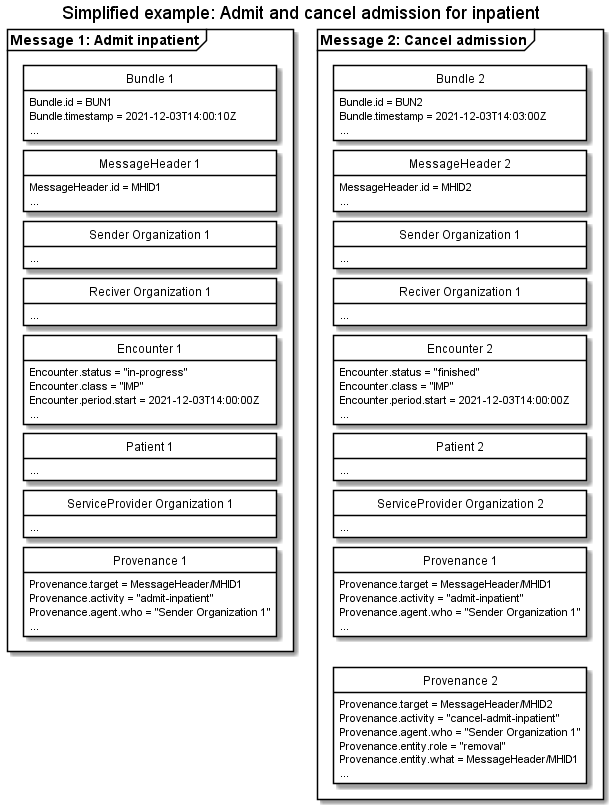
The PlantUML diagram input/images/hospitalnotification/HNAdmitEnteredInError.png in medcomdk/dk-medcom-hospitalnotification, before a commit.
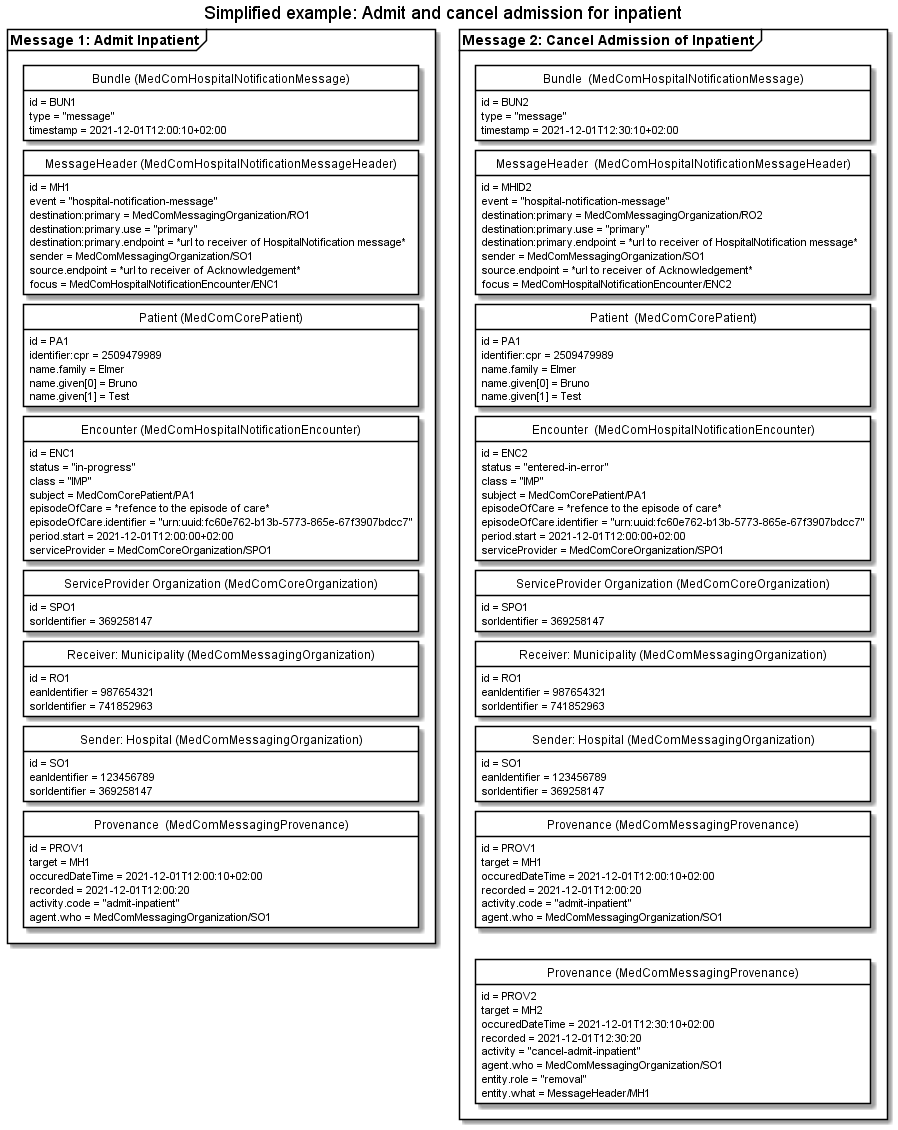
After the commit.

The edit, as a diff of the source:
```diff
@@ -13,100 +13,143 @@
 
 title Simplified example: Admit and cancel admission for inpatient
 
-package "Message 1: Admit inpatient" as admit <<Frame>>{
-    class "Bundle 1" as admitB {
-        Bundle.id = BUN1
-        Bundle.timestamp = 2021-12-03T14:00:10Z
-        ...
+package "Message 1: Admit Inpatient" as admit <<Frame>>{
+    class "Bundle (MedComHospitalNotificationMessage)" as admitB{
+        id = BUN1
+        type = "message"
+        timestamp = 2021-12-01T12:00:10+02:00
     }
-    class "MessageHeader 1" as admitMH{
-        MessageHeader.id = MHID1
-        ...
+    class "MessageHeader (MedComHospitalNotificationMessageHeader)" as admitMH{
+        id = MH1
+        event = "hospital-notification-message"
+        destination:primary = MedComMessagingOrganization/RO1
+        destination:primary.use = "primary"
+        destination:primary.endpoint = *url to receiver of HospitalNotification message*
+        sender = MedComMessagingOrganization/SO1
+        source.endpoint = *url to receiver of Acknowledgement*
+        focus = MedComHospitalNotificationEncounter/ENC1
     }
-    class "Sender Organization 1" as admitSOrg{
-        ...
+    class "Patient (MedComCorePatient)" as admitPT{
+        id = PA1
+        identifier:cpr = 2509479989
+        name.family = Elmer
+        name.given[0] = Bruno
+        name.given[1] = Test
     }
-    class "Reciver Organization 1" as admitROrg{
-        ...
+    class "Encounter (MedComHospitalNotificationEncounter)" as admitENC{
+        id = ENC1
+        status = "in-progress"
+        class = "IMP"
+        subject = MedComCorePatient/PA1
+        episodeOfCare = *refence to the episode of care*
+        episodeOfCare.identifier = "urn:uuid:fc60e762-b13b-5773-865e-67f3907bdcc7"
+        period.start = 2021-12-01T12:00:00+02:00
+        serviceProvider = MedComCoreOrganization/SPO1
     }
-    class "Encounter 1" as admitENC{
-        Encounter.status = "in-progress"
-        Encounter.class = "IMP"
-        Encounter.period.start = 2021-12-03T14:00:00Z
-        ...
+    class "ServiceProvider Organization (MedComCoreOrganization)" as admitSPOrg{
+        id = SPO1
+        sorIdentifier = 369258147
     }
-    class "Patient 1" as admitPT{
-        ...
+    class "Receiver: Municipality (MedComMessagingOrganization)" as admitROrg{
+        id = RO1
+        eanIdentifier = 987654321
+        sorIdentifier = 741852963
     }
-    class "ServiceProvider Organization 1" as admitSPOrg{
-        ...
+    class "Sender: Hospital (MedComMessagingOrganization)" as admitSOrg{
+        id = SO1
+        eanIdentifier = 123456789
+        sorIdentifier = 369258147
     }
-    class "Provenance 1" as admitPRO{
-        Provenance.target = MessageHeader/MHID1
-        Provenance.activity = "admit-inpatient"
-        Provenance.agent.who = "Sender Organization 1"
-        ...
+    class "Provenance  (MedComMessagingProvenance)" as admitPRO{
+        id = PROV1
+        target = MH1
+        occuredDateTime = 2021-12-01T12:00:10+02:00
+        recorded = 2021-12-01T12:00:20
+        activity.code = "admit-inpatient"
+        agent.who = MedComMessagingOrganization/SO1
     }
 
 admitB -[hidden]- admitMH
-admitMH -[hidden]- admitSOrg
-admitSOrg-[hidden]-admitROrg
-admitROrg-[hidden]-admitENC
-admitENC-[hidden]-admitPT
-admitPT-[hidden]-admitSPOrg
-admitSPOrg-[hidden]-admitPRO
-
+admitMH-[hidden]-admitPT
+admitPT-[hidden]-admitENC
+admitENC-[hidden]-admitSPOrg
+admitSPOrg-[hidden]-admitROrg
+admitROrg-[hidden]-admitSOrg
+admitSOrg-[hidden]-admitPRO
 }
 
-package "Message 2: Cancel admission" as error <<Frame>> {
-    class "Bundle 2" as errorB {
-        Bundle.id = BUN2
-        Bundle.timestamp = 2021-12-03T14:03:00Z
-        ...
+package "Message 2: Cancel Admission of Inpatient" as error <<Frame>> {
+class "Bundle  (MedComHospitalNotificationMessage)" as errorB{
+        id = BUN2
+        type = "message"
+        timestamp = 2021-12-01T12:30:10+02:00
     }
-    class "MessageHeader 2" as errorMH{
-        MessageHeader.id = MHID2
-        ...
+    class "MessageHeader  (MedComHospitalNotificationMessageHeader)" as errorMH{
+        id = MHID2
+        event = "hospital-notification-message"
+        destination:primary = MedComMessagingOrganization/RO2
+        destination:primary.use = "primary"
+        destination:primary.endpoint = *url to receiver of HospitalNotification message*
+        sender = MedComMessagingOrganization/SO1
+        source.endpoint = *url to receiver of Acknowledgement*
+        focus = MedComHospitalNotificationEncounter/ENC2
     }
-    class "Sender Organization 1" as errorSOrg{
-        ...
+    class "Patient  (MedComCorePatient)" as errorPT{
+        id = PA1
+        identifier:cpr = 2509479989
+        name.family = Elmer
+        name.given[0] = Bruno
+        name.given[1] = Test
     }
-    class "Reciver Organization 1" as errorROrg{
-        ...
+    class "Encounter  (MedComHospitalNotificationEncounter)" as errorENC{
+        id = ENC2
+        status = "entered-in-error"
+        class = "IMP"
+        subject = MedComCorePatient/PA1
+        episodeOfCare = *refence to the episode of care*
+        episodeOfCare.identifier = "urn:uuid:fc60e762-b13b-5773-865e-67f3907bdcc7"
+        period.start = 2021-12-01T12:00:00+02:00
+        serviceProvider = MedComCoreOrganization/SPO1
     }
-    class "Encounter 2" as errorENC{
-        Encounter.status = "finished"
-        Encounter.class = "IMP"
-        Encounter.period.start = 2021-12-03T14:00:00Z
-        ...
+    class "ServiceProvider Organization (MedComCoreOrganization)" as errorSPOrg{
+        id = SPO1
+        sorIdentifier = 369258147
     }
-    class "Patient 2" as errorPT{
-        ...
+    class "Receiver: Municipality (MedComMessagingOrganization)" as errorROrg{
+        id = RO1
+        eanIdentifier = 987654321
+        sorIdentifier = 741852963
     }
-    class "ServiceProvider Organization 2" as errorSPOrg{
-        ...
+    class "Sender: Hospital (MedComMessagingOrganization)" as errorSOrg{
+        id = SO1
+        eanIdentifier = 123456789
+        sorIdentifier = 369258147
     }
-    class "Provenance 1" as admiterrorPRO{
-        Provenance.target = MessageHeader/MHID1
-        Provenance.activity = "admit-inpatient"
-        Provenance.agent.who = "Sender Organization 1"
-        ...
+    class "Provenance (MedComMessagingProvenance)" as admiterrorPRO{
+        id = PROV1
+        target = MH1
+        occuredDateTime = 2021-12-01T12:00:10+02:00
+        recorded = 2021-12-01T12:00:20
+        activity.code = "admit-inpatient"
+        agent.who = MedComMessagingOrganization/SO1
     }
-    class "Provenance 2" as errorPRO{
-        Provenance.target = MessageHeader/MHID2
-        Provenance.activity = "cancel-admit-inpatient"
-        Provenance.agent.who = "Sender Organization 1"
-        Provenance.entity.role = "removal"
-        Provenance.entity.what = MessageHeader/MHID1
-        ...
+    class "Provenance (MedComMessagingProvenance)" as errorPRO{
+        id = PROV2
+        target = MH2
+        occuredDateTime = 2021-12-01T12:30:10+02:00
+        recorded = 2021-12-01T12:30:20
+        activity = "cancel-admit-inpatient"
+        agent.who = MedComMessagingOrganization/SO1
+        entity.role = "removal"
+        entity.what = MessageHeader/MH1
     }
 errorB-[hidden]-errorMH
-errorMH-[hidden]-errorSOrg
-errorSOrg-[hidden]-errorROrg
-errorROrg-[hidden]-errorENC
-errorENC-[hidden]-errorPT
-errorPT-[hidden]-errorSPOrg
-errorSPOrg-[hidden]-admiterrorPRO
+errorMH-[hidden]-errorPT
+errorPT-[hidden]-errorENC
+errorENC-[hidden]-errorSPOrg
+errorSPOrg-[hidden]-errorROrg
+errorROrg-[hidden]-errorSOrg
+errorSOrg-[hidden]-admiterrorPRO
 admiterrorPRO-[hidden]-errorPRO
 
 }
```
